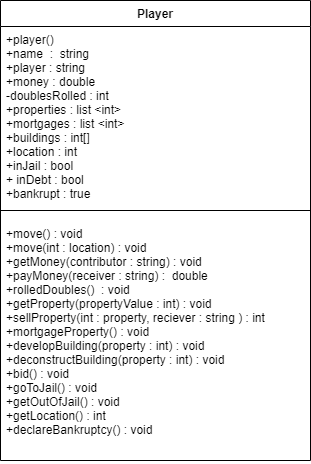
Above: Player_Monopoly_UML.drawio.png in NReedel/Monopoly (draw.io), before the change. Source tidied: cells renumbered, new cells last; positions are measured from the earlier drawing's top-left corner, leaving out a move shared by most shapes.
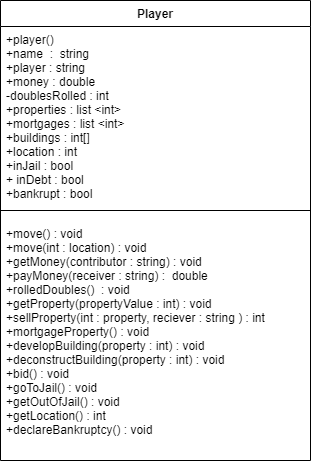
The same file after the commit.

The edit, as a diff of the source:
```diff
@@ -5,7 +5,7 @@
     <mxCell id="2" value="Player" style="swimlane;fontStyle=1;align=center;verticalAlign=top;horizontal=1;startSize=26;" parent="1" vertex="1">
       <mxGeometry width="310" height="460" as="geometry" />
     </mxCell>
-    <mxCell id="3" value="+player()&#10;+name  :  string&#10;+player : string&#10;+money : double&#10;-doublesRolled : int&#10;+properties : list &lt;int&gt;&#10;+mortgages : list &lt;int&gt;&#10;+buildings : int[]&#10;+location : int&#10;+inJail : bool&#10;+ inDebt : bool&#10;+bankrupt : true&#10;" style="text;strokeColor=none;fillColor=none;align=left;verticalAlign=top;spacingLeft=4;spacingRight=4;overflow=hidden;" parent="2" vertex="1">
+    <mxCell id="3" value="+player()&#10;+name  :  string&#10;+player : string&#10;+money : double&#10;-doublesRolled : int&#10;+properties : list &lt;int&gt;&#10;+mortgages : list &lt;int&gt;&#10;+buildings : int[]&#10;+location : int&#10;+inJail : bool&#10;+ inDebt : bool&#10;+bankrupt : bool&#10;" style="text;strokeColor=none;fillColor=none;align=left;verticalAlign=top;spacingLeft=4;spacingRight=4;overflow=hidden;" parent="2" vertex="1">
       <mxGeometry y="26" width="310" height="174" as="geometry" />
     </mxCell>
     <mxCell id="4" style="line;strokeWidth=1;fillColor=none;align=left;verticalAlign=middle;spacingTop=-1;spacingLeft=3;spacingRight=3;labelPosition=right;strokeColor=inherit;" parent="2" vertex="1">
```
